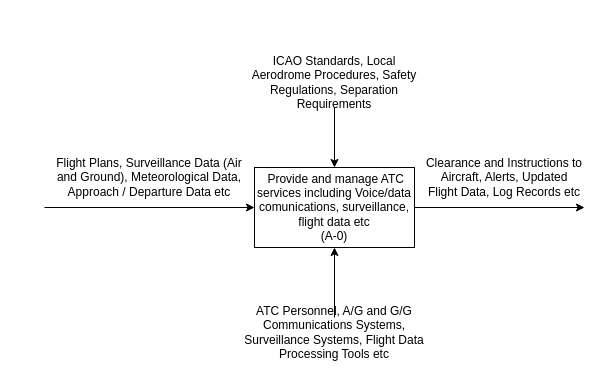
Earlier version of the draw.io diagram Aerodrome_ATC_FBD.drawio (mjgardner87/ASA_FBD). Source tidied: cells renumbered, new cells numbered last; positions are measured from the earlier drawing's top-left corner, leaving out a move shared by most shapes. Both pictures are drawn from the tidied source at 100%, with x=0, y=0 at pixel (44, 57).
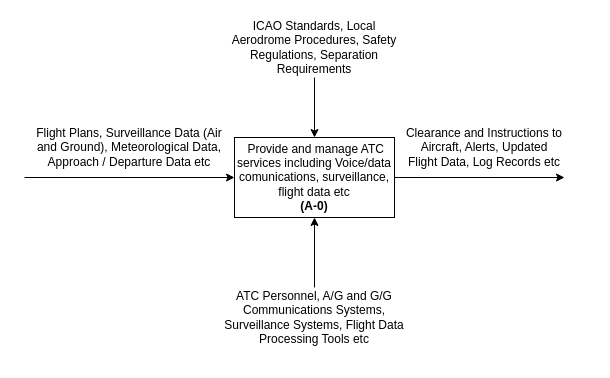
Above is the later version.

Diff of the diagram source:
```diff
@@
 <mxGraphModel>
   <root>
     <mxCell id="0" />
     <mxCell id="1" parent="0" />
+    <mxCell id="12" style="group;" parent="1" vertex="1">
+      <mxGeometry x="-20" width="540" height="290" as="geometry" />
+    </mxCell>
-    <mxCell id="2" style="group;" parent="1" vertex="1">
-      <mxGeometry x="110" y="30" width="430" height="260" as="geometry" />
+    <mxCell id="2" style="group;" parent="12" vertex="1">
+      <mxGeometry x="110" width="430" height="290" as="geometry" />
     </mxCell>
-    <mxCell id="3" value="&amp;nbsp;Provide and manage ATC services including Voice/data comunications, surveillance, flight data etc&lt;div&gt;(A-0)&lt;/div&gt;" style="rounded=0;whiteSpace=wrap;html=1;" parent="2" vertex="1">
+    <mxCell id="3" value="&amp;nbsp;Provide and manage ATC services including Voice/data comunications, surveillance, flight data etc&lt;div&gt;&lt;b&gt;(A-0)&lt;/b&gt;&lt;/div&gt;" style="rounded=0;whiteSpace=wrap;html=1;" parent="2" vertex="1">
       <mxGeometry x="100" y="80" width="160" height="80" as="geometry" />
     </mxCell>
     <mxCell id="4" style="edgeStyle=orthogonalEdgeStyle;rounded=0;jettySize=auto;html=1;" parent="2" edge="1" source="5" target="3">
       <mxGeometry relative="1" as="geometry" />
     </mxCell>
     <mxCell id="5" value="ATC Personnel, A/G and G/G Communications Systems, Surveillance Systems, Flight Data Processing Tools etc" style="text;html=1;align=center;verticalAlign=middle;whiteSpace=wrap;rounded=0;" parent="2" vertex="1">
-      <mxGeometry x="80" y="230" width="200" height="30" as="geometry" />
+      <mxGeometry x="80" y="230" width="200" height="60" as="geometry" />
     </mxCell>
     <mxCell id="6" value="ICAO Standards, Local Aerodrome Procedures, Safety Regulations, Separation Requirements" style="text;html=1;align=center;verticalAlign=middle;whiteSpace=wrap;rounded=0;" parent="2" vertex="1">
-      <mxGeometry x="90" y="-30" width="180" height="50" as="geometry" />
+      <mxGeometry x="90" y="-40" width="180" height="60" as="geometry" />
     </mxCell>
     <mxCell id="7" style="edgeStyle=orthogonalEdgeStyle;rounded=0;jettySize=auto;html=1;" parent="2" edge="1" source="6" target="3">
       <mxGeometry relative="1" as="geometry" />
     </mxCell>
     <mxCell id="8" value="Clearance and Instructions to Aircraft, Alerts, Updated Flight Data, Log Records etc" style="text;html=1;align=center;verticalAlign=middle;whiteSpace=wrap;rounded=0;" parent="2" vertex="1">
       <mxGeometry x="270" y="70" width="160" height="40" as="geometry" />
     </mxCell>
     <mxCell id="9" value="Flight Plans, Surveillance Data (Air and Ground), Meteorological Data, Approach / Departure Data etc" style="text;html=1;align=center;verticalAlign=middle;whiteSpace=wrap;rounded=0;" parent="2" vertex="1">
       <mxGeometry x="-100" y="70" width="190" height="40" as="geometry" />
     </mxCell>
-    <mxCell id="10" style="endArrow=classic;html=1;rounded=0;entryX=0;entryY=0.5;entryDx=0;entryDy=0;entryPerimeter=0;" parent="1" edge="1" target="3">
+    <mxCell id="10" style="endArrow=classic;html=1;rounded=0;entryX=0;entryY=0.5;entryDx=0;entryDy=0;entryPerimeter=0;" parent="12" edge="1" target="3">
       <mxGeometry relative="1" as="geometry">
-        <mxPoint y="150" as="sourcePoint" />
+        <mxPoint y="120" as="sourcePoint" />
       </mxGeometry>
     </mxCell>
-    <mxCell id="11" style="endArrow=classic;html=1;rounded=0;exitX=1;exitY=0.5;exitDx=0;exitDy=0;" parent="1" edge="1" source="3">
+    <mxCell id="11" style="endArrow=classic;html=1;rounded=0;exitX=1;exitY=0.5;exitDx=0;exitDy=0;" parent="12" edge="1" source="3">
       <mxGeometry relative="1" as="geometry">
-        <mxPoint x="540" y="150" as="targetPoint" />
+        <mxPoint x="540" y="120" as="targetPoint" />
       </mxGeometry>
     </mxCell>
   </root>
 </mxGraphModel>
```
